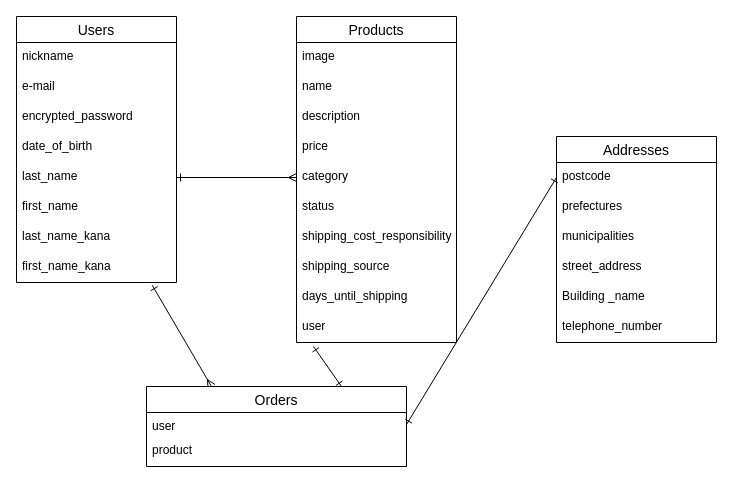
This is データベース設計.dio from manabiii775/furima-41739, a draw.io file, before an edit. Source tidied: cells renumbered, new cells numbered last; positions are measured from the earlier drawing's top-left corner, leaving out a move shared by most shapes. Both pictures are drawn from the tidied source at 100%, with x=0, y=0 at pixel (16, 16).
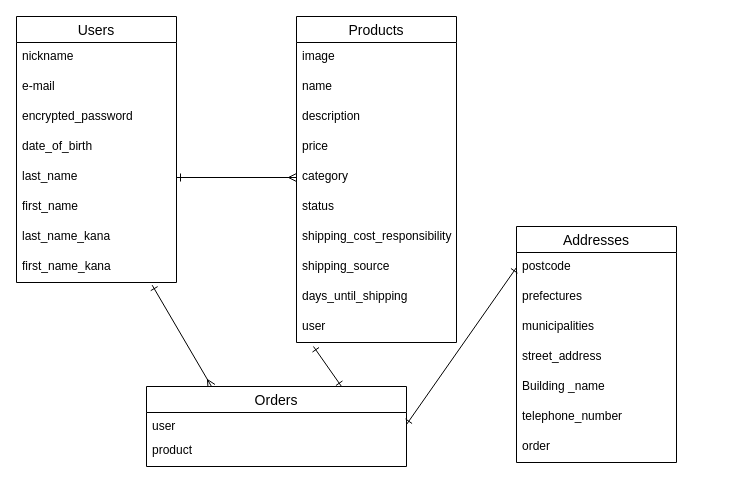
The same page after the edit.

Commit message (it also covers changes not shown here):
データベース設計再修正

What changed in the source:
```diff
@@
     <mxCell id="27" value="Addresses" style="swimlane;fontStyle=0;horizontal=1;startSize=26;align=center;fontSize=14;" parent="1" vertex="1">
-      <mxGeometry x="540" y="120" width="160" height="206" as="geometry" />
+      <mxGeometry x="500" y="210" width="160" height="236" as="geometry" />
     </mxCell>
@@
+    <mxCell id="36" value="order" style="text;strokeColor=none;fillColor=none;spacingLeft=4;spacingRight=4;overflow=hidden;fontSize=12;" parent="27" vertex="1">
+      <mxGeometry y="206" width="160" height="30" as="geometry" />
+    </mxCell>
```
